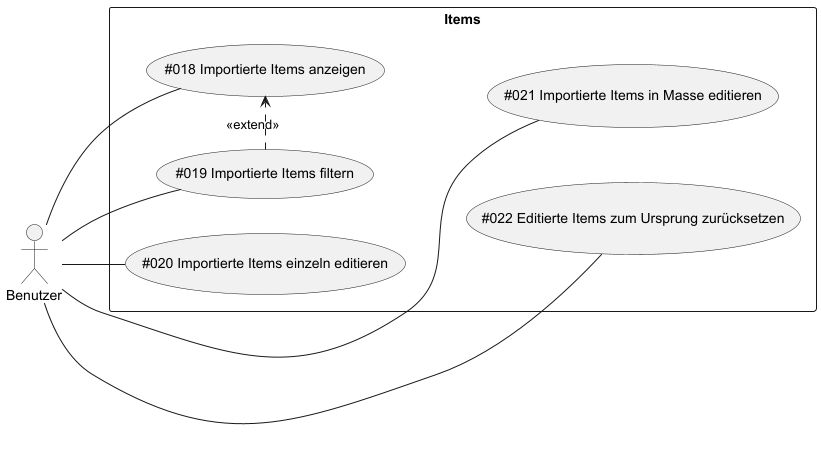
Before: data-integration-documentation/src/main/images/usecases/items.png, a diagram exported from PlantUML (TuncerCatalkaya/data-integration). Its diagram source:
```plantuml
@startuml
left to right direction

actor Benutzer as Actor1

rectangle Items {
    (#018 Importierte Items anzeigen) as (UC18)
    (#019 Importierte Items filtern) as (UC19)
    (#020 Importierte Items einzeln editieren) as (UC20)
    (#021 Importierte Items in Masse editieren) as (UC21)
    (#022 Editierte Items zum Ursprung zurücksetzen) as (UC22)
}

Actor1 -- (UC18)
Actor1 -- (UC19)
Actor1 -- (UC20)
Actor1 - (UC21)
Actor1 -- (UC22)

(UC19) .> (UC18) : <<extend>>

(UC18) -[hidden]- (UC21)
(UC19) -[hidden]- (UC22)

@enduml
```
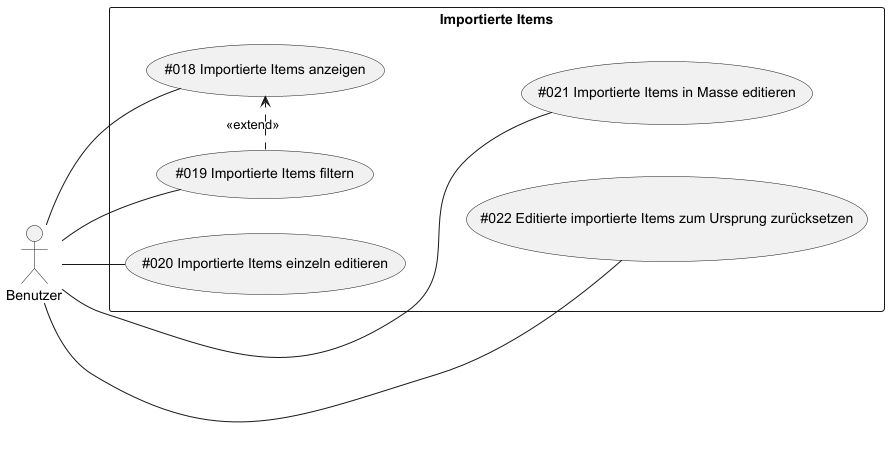
After the commit.

What changed in the source:
```diff
@@ -3,12 +3,12 @@
 
 actor Benutzer as Actor1
 
-rectangle Items {
+rectangle "Importierte Items" {
     (#018 Importierte Items anzeigen) as (UC18)
     (#019 Importierte Items filtern) as (UC19)
     (#020 Importierte Items einzeln editieren) as (UC20)
     (#021 Importierte Items in Masse editieren) as (UC21)
-    (#022 Editierte Items zum Ursprung zurücksetzen) as (UC22)
+    (#022 Editierte importierte Items zum Ursprung zurücksetzen) as (UC22)
 }
 
 Actor1 -- (UC18)
```
